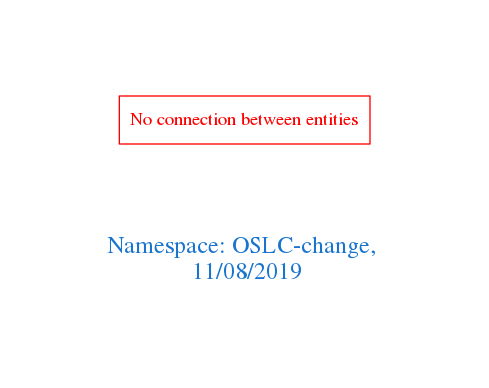
Above: downloads/OSLC-change.png in arago/OGIT (Graphviz), before the change. Its source is kept beside it as downloads/OSLC-change.dot.
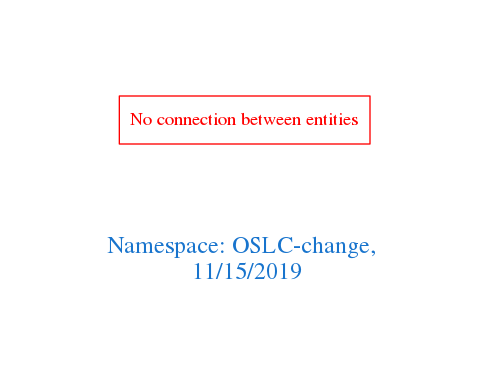
The same file after the commit.

The edit, as a diff of the source:
```diff
@@ -1,7 +1,7 @@
 digraph OGIT_ontology {
  graph [ rankdir= LR,pad=1
 fontsize = 18,
-fontcolor= dodgerblue3,label = "\n\n\nNamespace: OSLC-change, \n 11/08/2019"];
+fontcolor= dodgerblue3,label = "\n\n\nNamespace: OSLC-change, \n 11/15/2019"];
 node[shape=polygon];
 edge [  color="gray81"];
 
```
